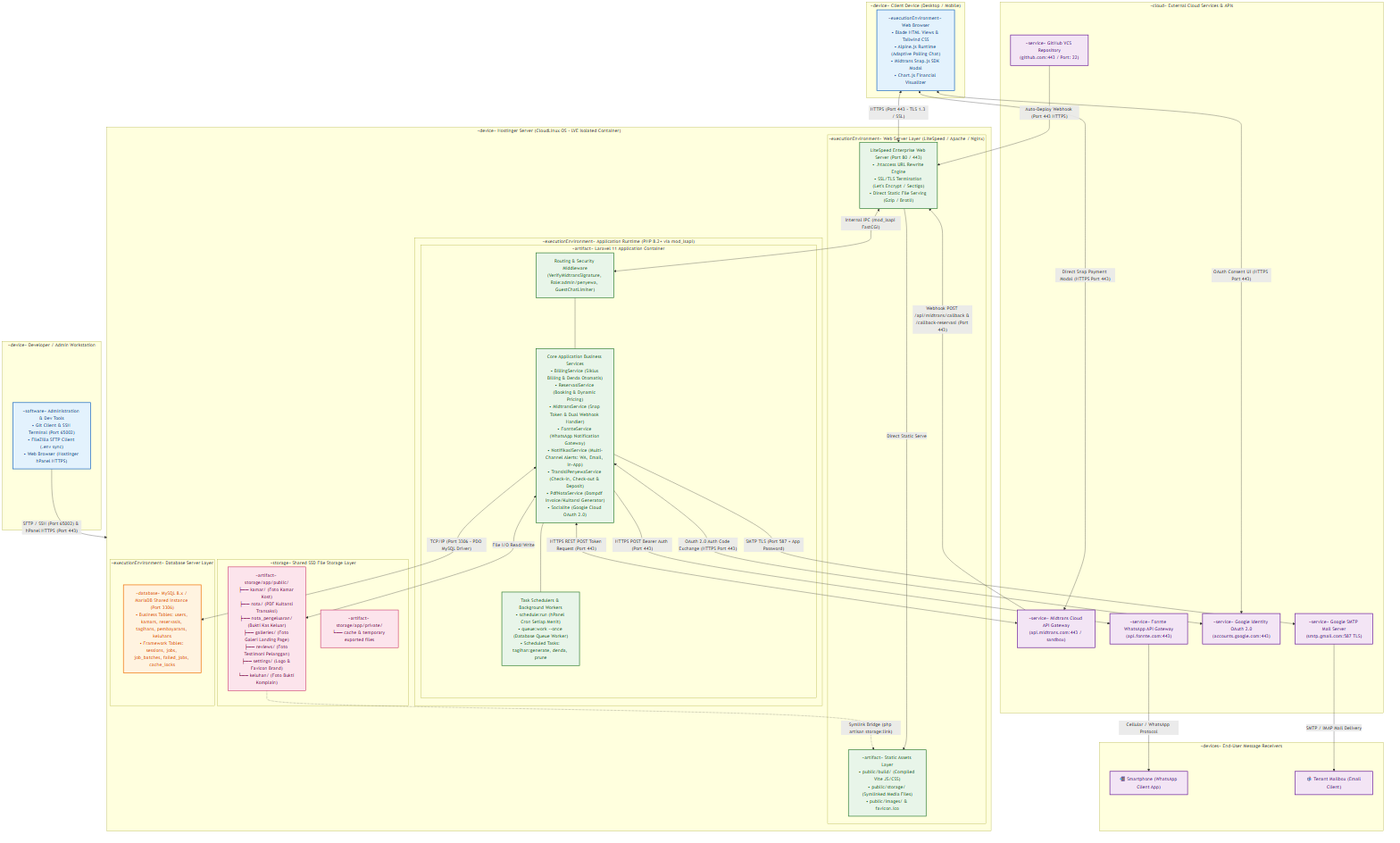
Earlier version of the Mermaid export Blueprint/deployment/deployment_diagram_kost.png (rafifarsyapradiva/asri-boarding-house). Its source is kept beside it as Blueprint/deployment/deployment_diagram_kost.mmd. The source it was exported from:
```mermaid
flowchart TB
    subgraph ClientDevice["«device» Client Device (Desktop / Mobile)"]
        BrowserApp["«executionEnvironment» Web Browser<br/>• Blade HTML Views & Tailwind CSS<br/>• Alpine.js Runtime (Adaptive Polling Chat)<br/>• Midtrans Snap.js SDK Modal<br/>• Chart.js Financial Visualizer"]
    end

    subgraph DevDevice["«device» Developer / Admin Workstation"]
        DevTools["«software» Administration & Dev Tools<br/>• Git Client & SSH Terminal (Port 65002)<br/>• FileZilla SFTP Client (.env sync)<br/>• Web Browser (Hostinger hPanel HTTPS)"]
    end

    subgraph HostingerNode["«device» Hostinger Server (CloudLinux OS - LVE Isolated Container)"]

        subgraph WebServerEnv["«executionEnvironment» Web Server Layer (LiteSpeed / Apache / Nginx)"]
            LiteSpeedEngine["LiteSpeed Enterprise Web Server (Port 80 / 443)<br/>• .htaccess URL Rewrite Engine<br/>• SSL/TLS Termination (Let's Encrypt / Sectigo)<br/>• Direct Static File Serving (Gzip / Brotli)"]
            StaticAssets["«artifact» Static Assets Layer<br/>• public/build/ (Compiled Vite JS/CSS)<br/>• public/storage/ (Symlinked Media Files)<br/>• public/images/ & favicon.ico"]
        end

        subgraph PHPEnv["«executionEnvironment» Application Runtime (PHP 8.2+ via mod_lsapi)"]
            subgraph LaravelApp["«artifact» Laravel 11 Application Container"]
                RoutingCore["Routing & Security Middleware<br/>(VerifyMidtransSignature, Role:admin/penyewa, GuestChatLimiter)"]

                ServicesLayer["Core Application Business Services<br/>• BillingService (Siklus Billing & Denda Otomatis)<br/>• ReservasiService (Booking & Dynamic Pricing)<br/>• MidtransService (Snap Token & Dual Webhook Handler)<br/>• FonnteService (WhatsApp Notification Gateway)<br/>• NotifikasiService (Multi-Channel Alerts: WA, Email, In-App)<br/>• TransisiPenyewaService (Check-in, Check-out & Deposit)<br/>• PdfNotaService (Dompdf Invoice/Kuitansi Generator)<br/>• Socialite (Google Cloud OAuth 2.0)"]

                SchedulerWorker["Task Schedulers & Background Workers<br/>• schedule:run (hPanel Cron Setiap Menit)<br/>• queue:work --once (Database Queue Worker)<br/>• Scheduled Tasks: tagihan:generate, denda, prune"]
            end
        end

        subgraph StorageEnv["«storage» Shared SSD File Storage Layer"]
            PublicDisk["«artifact» storage/app/public/<br/>├── kamar/ (Foto Kamar Kost)<br/>├── nota/ (PDF Kuitansi Transaksi)<br/>├── nota_pengeluaran/ (Bukti Kas Keluar)<br/>├── galleries/ (Foto Galeri Landing Page)<br/>├── reviews/ (Foto Testimoni Pelanggan)<br/>├── settings/ (Logo & Favicon Brand)<br/>└── keluhan/ (Foto Bukti Komplain)"]
            PrivateDisk["«artifact» storage/app/private/<br/>└── cache & temporary exported files"]
        end

        subgraph DBEnv["«executionEnvironment» Database Server Layer"]
            MySQLServer["«database» MySQL 8.x / MariaDB Shared Instance (Port 3306)<br/>• Business Tables: users, kamars, reservasis, tagihans, pembayarans, keluhans<br/>• Framework Tables: sessions, jobs, job_batches, failed_jobs, cache_locks"]
        end
    end

    subgraph ExternalServices["«cloud» External Cloud Services & APIs"]
        MidtransAPI["«service» Midtrans Cloud API Gateway<br/>(api.midtrans.com:443 / sandbox)"]
        FonnteAPI["«service» Fonnte WhatsApp API Gateway<br/>(api.fonnte.com:443)"]
        GoogleOAuthAPI["«service» Google Identity OAuth 2.0<br/>(accounts.google.com:443)"]
        GoogleSMTPAPI["«service» Google SMTP Mail Server<br/>(smtp.gmail.com:587 TLS)"]
        GitHubVCS["«service» GitHub VCS Repository<br/>(github.com:443 / Port: 22)"]
    end

    subgraph EndUserRecipients["«devices» End-User Message Receivers"]
        UserPhone["📲 Smartphone (WhatsApp Client App)"]
        UserMail["📬 Tenant Mailbox (Email Client)"]
    end

    BrowserApp <-->|"HTTPS (Port 443 - TLS 1.3 / SSL)"| LiteSpeedEngine
    LiteSpeedEngine -->|"Direct Static Serve"| StaticAssets
    LiteSpeedEngine <-->|"Internal IPC (mod_lsapi FastCGI)"| RoutingCore

    RoutingCore --- ServicesLayer
    ServicesLayer --- SchedulerWorker

    ServicesLayer <-->|"TCP/IP (Port 3306 - PDO MySQL Driver)"| MySQLServer
    ServicesLayer <-->|"File I/O Read/Write"| PublicDisk
    PublicDisk -.->|"Symlink Bridge (php artisan storage:link)"| StaticAssets

    DevTools -->|"SFTP / SSH (Port 65002) & hPanel HTTPS (Port 443)"| HostingerNode
    GitHubVCS -->|"Auto-Deploy Webhook (Port 443 HTTPS)"| LiteSpeedEngine

    ServicesLayer <-->|"HTTPS REST POST Token Request (Port 443)"| MidtransAPI
    MidtransAPI -->|"Webhook POST /api/midtrans/callback & /callback-reservasi (Port 443)"| LiteSpeedEngine
    BrowserApp <-->|"Direct Snap Payment Modal (HTTPS Port 443)"| MidtransAPI

    ServicesLayer -->|"HTTPS POST Bearer Auth (Port 443)"| FonnteAPI
    FonnteAPI -->|"Cellular / WhatsApp Protocol"| UserPhone

    ServicesLayer <-->|"OAuth 2.0 Auth Code Exchange (HTTPS Port 443)"| GoogleOAuthAPI
    BrowserApp <-->|"OAuth Consent UI (HTTPS Port 443)"| GoogleOAuthAPI

    ServicesLayer -->|"SMTP TLS (Port 587 + App Password)"| GoogleSMTPAPI
    GoogleSMTPAPI -->|"SMTP / IMAP Mail Delivery"| UserMail

    classDef client fill:#E3F2FD,stroke:#1565C0,stroke-width:2px,color:#0D47A1;
    classDef server fill:#E8F5E9,stroke:#2E7D32,stroke-width:2px,color:#1B5E20;
    classDef db fill:#FFF3E0,stroke:#EF6C00,stroke-width:2px,color:#E65100;
    classDef ext fill:#F3E5F5,stroke:#6A1B9A,stroke-width:2px,color:#4A148C;
    classDef storage fill:#FCE4EC,stroke:#C2185B,stroke-width:1.5px,color:#880E4F;

    class BrowserApp,DevTools client;
    class LiteSpeedEngine,StaticAssets,RoutingCore,ServicesLayer,SchedulerWorker server;
    class MySQLServer db;
    class MidtransAPI,FonnteAPI,GoogleOAuthAPI,GoogleSMTPAPI,GitHubVCS,UserPhone,UserMail ext;
    class PublicDisk,PrivateDisk storage;
```
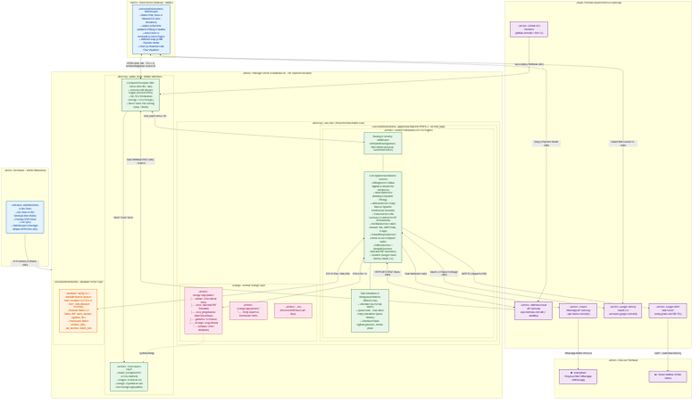
After the commit.

Change to the diagram source:
```diff
@@ -1,77 +1,85 @@
 flowchart TB
     subgraph ClientDevice["«device» Client Device (Desktop / Mobile)"]
-        BrowserApp["«executionEnvironment» Web Browser<br/>• Blade HTML Views & Tailwind CSS<br/>• Alpine.js Runtime (Adaptive Polling Chat)<br/>• Midtrans Snap.js SDK Modal<br/>• Chart.js Financial Visualizer"]
+        BrowserApp["«executionEnvironment» Web Browser<br/>• Blade HTML Views & Tailwind CSS (Neo-Brutalism)<br/>• Alpine.js Runtime (Adaptive Polling & Modals)<br/>• Axios Client & html2pdf.js Client Engine<br/>• Midtrans Snap.js SDK Payment Modal<br/>• Chart.js Financial Cash-Flow Visualizer"]
     end
 
     subgraph DevDevice["«device» Developer / Admin Workstation"]
-        DevTools["«software» Administration & Dev Tools<br/>• Git Client & SSH Terminal (Port 65002)<br/>• FileZilla SFTP Client (.env sync)<br/>• Web Browser (Hostinger hPanel HTTPS)"]
+        DevTools["«software» Administration & Dev Tools<br/>• Git Client & SSH Terminal (Port 65002)<br/>• FileZilla SFTP Client (.env sync)<br/>• Web Browser (Hostinger hPanel HTTPS Port 443)"]
     end
 
     subgraph HostingerNode["«device» Hostinger Server (CloudLinux OS - LVE Isolated Container)"]
+        direction TB
 
-        subgraph WebServerEnv["«executionEnvironment» Web Server Layer (LiteSpeed / Apache / Nginx)"]
-            LiteSpeedEngine["LiteSpeed Enterprise Web Server (Port 80 / 443)<br/>• .htaccess URL Rewrite Engine<br/>• SSL/TLS Termination (Let's Encrypt / Sectigo)<br/>• Direct Static File Serving (Gzip / Brotli)"]
-            StaticAssets["«artifact» Static Assets Layer<br/>• public/build/ (Compiled Vite JS/CSS)<br/>• public/storage/ (Symlinked Media Files)<br/>• public/images/ & favicon.ico"]
+        subgraph PublicHtmlDir["«directory» public_html/ (Public Web Root)"]
+            LiteSpeedEngine["LiteSpeed Enterprise Web Server (Port 80 / 443)<br/>• .htaccess URL Rewrite Engine (Forced HTTPS)<br/>• SSL/TLS Termination (Sectigo / Let's Encrypt)<br/>• Direct Static File Serving (Gzip / Brotli)"]
+            StaticAssets["«artifact» Static Assets Layer<br/>• build/ (Compiled Vite JS/CSS minified)<br/>• images/ & favicon.ico<br/>• storage/ (Symlink ke asri-core/storage/app/public)"]
         end
 
-        subgraph PHPEnv["«executionEnvironment» Application Runtime (PHP 8.2+ via mod_lsapi)"]
-            subgraph LaravelApp["«artifact» Laravel 11 Application Container"]
-                RoutingCore["Routing & Security Middleware<br/>(VerifyMidtransSignature, Role:admin/penyewa, GuestChatLimiter)"]
+        subgraph CoreDir["«directory» asri-core/ (Protected Non-Public Core)"]
+            direction TB
+            subgraph PHPEnv["«executionEnvironment» Application Runtime (PHP 8.2+ via mod_lsapi)"]
+                subgraph LaravelApp["«artifact» Laravel Framework (v11/v12 Engine)"]
+                    RoutingCore["Routing & Security Middleware<br/>(VerifyMidtransSignature, Role:admin/penyewa, GuestChatLimiter)"]
 
-                ServicesLayer["Core Application Business Services<br/>• BillingService (Siklus Billing & Denda Otomatis)<br/>• ReservasiService (Booking & Dynamic Pricing)<br/>• MidtransService (Snap Token & Dual Webhook Handler)<br/>• FonnteService (WhatsApp Notification Gateway)<br/>• NotifikasiService (Multi-Channel Alerts: WA, Email, In-App)<br/>• TransisiPenyewaService (Check-in, Check-out & Deposit)<br/>• PdfNotaService (Dompdf Invoice/Kuitansi Generator)<br/>• Socialite (Google Cloud OAuth 2.0)"]
+                    ServicesLayer["Core Application Business Services<br/>• BillingService (Siklus Tagihan & Denda Flat Idempoten)<br/>• ReservasiService (Booking & Dynamic Pricing)<br/>• MidtransService (Snap Token & Dynamic Notification Override)<br/>• FonnteService (WA Gateway & Sanitasi No HP Internasional)<br/>• NotifikasiService (Multi-Channel: WA, SMTP Email, In-App)<br/>• TransisiPenyewaService (Check-in/out & Deposit Audit)<br/>• PdfNotaService / DompdfGenerator (Kuitansi PDF Generator)<br/>• Socialite (Google Cloud Identity OAuth 2.0)"]
 
-                SchedulerWorker["Task Schedulers & Background Workers<br/>• schedule:run (hPanel Cron Setiap Menit)<br/>• queue:work --once (Database Queue Worker)<br/>• Scheduled Tasks: tagihan:generate, denda, prune"]
+                    SchedulerWorker["Task Schedulers & Background Workers (hPanel Cron)<br/>• schedule:run (Setiap Menit)<br/>• queue:work --stop-when-empty (Database Queue Worker)<br/>• Scheduled Tasks: tagihan:generate, denda, prune"]
+                end
+            end
+
+            subgraph StorageEnv["«storage» Internal Storage Layer"]
+                direction LR
+                PublicDisk["«artifact» storage/app/public/<br/>├── kamar/ (Foto Kamar Kost)<br/>├── nota/ (Kuitansi PDF Transaksi)<br/>├── nota_pengeluaran/ (Bukti Kas Keluar)<br/>├── galleries/ & reviews/<br/>├── settings/ (Logo Brand)<br/>└── keluhan/ (Foto Komplain)"]
+                PrivateDisk["«artifact» storage/app/private/<br/>└── Temp exports & framework cache"]
+                EnvFile["«artifact» .env<br/>(Protected DB Pass & API Keys)"]
             end
         end
 
-        subgraph StorageEnv["«storage» Shared SSD File Storage Layer"]
-            PublicDisk["«artifact» storage/app/public/<br/>├── kamar/ (Foto Kamar Kost)<br/>├── nota/ (PDF Kuitansi Transaksi)<br/>├── nota_pengeluaran/ (Bukti Kas Keluar)<br/>├── galleries/ (Foto Galeri Landing Page)<br/>├── reviews/ (Foto Testimoni Pelanggan)<br/>├── settings/ (Logo & Favicon Brand)<br/>└── keluhan/ (Foto Bukti Komplain)"]
-            PrivateDisk["«artifact» storage/app/private/<br/>└── cache & temporary exported files"]
-        end
-
         subgraph DBEnv["«executionEnvironment» Database Server Layer"]
-            MySQLServer["«database» MySQL 8.x / MariaDB Shared Instance (Port 3306)<br/>• Business Tables: users, kamars, reservasis, tagihans, pembayarans, keluhans<br/>• Framework Tables: sessions, jobs, job_batches, failed_jobs, cache_locks"]
+            MySQLServer["«database» MySQL 8.x / MariaDB Shared Instance<br/>Host: localhost (127.0.0.1) | Port: 3306 (Blocked External)<br/>• Business Tables (22 Tables 3NF: users, kamars, tagihans, dll.)<br/>• Framework Tables: sessions, jobs, job_batches, failed_jobs"]
         end
     end
 
-    subgraph ExternalServices["«cloud» External Cloud Services & APIs"]
+    subgraph ExternalServices["«cloud» External Cloud Services & Gateways"]
+        direction TB
         MidtransAPI["«service» Midtrans Cloud API Gateway<br/>(api.midtrans.com:443 / sandbox)"]
         FonnteAPI["«service» Fonnte WhatsApp API Gateway<br/>(api.fonnte.com:443)"]
         GoogleOAuthAPI["«service» Google Identity OAuth 2.0<br/>(accounts.google.com:443)"]
         GoogleSMTPAPI["«service» Google SMTP Mail Server<br/>(smtp.gmail.com:587 TLS)"]
-        GitHubVCS["«service» GitHub VCS Repository<br/>(github.com:443 / Port: 22)"]
+        GitHubVCS["«service» GitHub VCS Platform<br/>(github.com:443 / Port 22)"]
     end
 
-    subgraph EndUserRecipients["«devices» End-User Message Receivers"]
-        UserPhone["📲 Smartphone (WhatsApp Client App)"]
-        UserMail["📬 Tenant Mailbox (Email Client)"]
+    subgraph EndUserRecipients["«device» End-User Terminals"]
+        direction LR
+        UserPhone["📲 Smartphone Penyewa/Wali (WhatsApp Official App)"]
+        UserMail["📬 Tenant Mailbox (Email Inbox)"]
     end
 
-    BrowserApp <-->|"HTTPS (Port 443 - TLS 1.3 / SSL)"| LiteSpeedEngine
+    BrowserApp <-->|"HTTPS (Port 443 - TLS 1.3)<br/>asriboardinghouse.weatso.id"| LiteSpeedEngine
     LiteSpeedEngine -->|"Direct Static Serve"| StaticAssets
-    LiteSpeedEngine <-->|"Internal IPC (mod_lsapi FastCGI)"| RoutingCore
+    LiteSpeedEngine <-->|"mod_lsapi FastCGI IPC"| RoutingCore
 
     RoutingCore --- ServicesLayer
     ServicesLayer --- SchedulerWorker
 
-    ServicesLayer <-->|"TCP/IP (Port 3306 - PDO MySQL Driver)"| MySQLServer
-    ServicesLayer <-->|"File I/O Read/Write"| PublicDisk
-    PublicDisk -.->|"Symlink Bridge (php artisan storage:link)"| StaticAssets
+    ServicesLayer <-->|"TCP/IP (Port 3306) PDO"| MySQLServer
+    ServicesLayer <-->|"POSIX File I/O"| PublicDisk
+    PublicDisk -.->|"Symlink Bridge"| StaticAssets
 
-    DevTools -->|"SFTP / SSH (Port 65002) & hPanel HTTPS (Port 443)"| HostingerNode
-    GitHubVCS -->|"Auto-Deploy Webhook (Port 443 HTTPS)"| LiteSpeedEngine
+    DevTools -->|"SFTP (65002) & hPanel (443)"| HostingerNode
+    GitHubVCS -->|"Auto-Deploy Webhook (443)"| LiteSpeedEngine
 
-    ServicesLayer <-->|"HTTPS REST POST Token Request (Port 443)"| MidtransAPI
-    MidtransAPI -->|"Webhook POST /api/midtrans/callback & /callback-reservasi (Port 443)"| LiteSpeedEngine
-    BrowserApp <-->|"Direct Snap Payment Modal (HTTPS Port 443)"| MidtransAPI
+    ServicesLayer <-->|"HTTPS REST POST Token (443)"| MidtransAPI
+    MidtransAPI -->|"Dual Webhook POST (443) + SHA512"| LiteSpeedEngine
+    BrowserApp <-->|"Snap.js Payment Modal (443)"| MidtransAPI
 
-    ServicesLayer -->|"HTTPS POST Bearer Auth (Port 443)"| FonnteAPI
-    FonnteAPI -->|"Cellular / WhatsApp Protocol"| UserPhone
+    ServicesLayer -->|"Push WA Bearer (443)"| FonnteAPI
+    FonnteAPI -->|"WhatsApp Mobile Protocol"| UserPhone
 
-    ServicesLayer <-->|"OAuth 2.0 Auth Code Exchange (HTTPS Port 443)"| GoogleOAuthAPI
-    BrowserApp <-->|"OAuth Consent UI (HTTPS Port 443)"| GoogleOAuthAPI
+    ServicesLayer <-->|"OAuth 2.0 Token Exchange (443)"| GoogleOAuthAPI
+    BrowserApp <-->|"OAuth Web Consent UI (443)"| GoogleOAuthAPI
 
-    ServicesLayer -->|"SMTP TLS (Port 587 + App Password)"| GoogleSMTPAPI
+    ServicesLayer -->|"SMTP TLS Dispatch (587)"| GoogleSMTPAPI
     GoogleSMTPAPI -->|"SMTP / IMAP Mail Delivery"| UserMail
 
     classDef client fill:#E3F2FD,stroke:#1565C0,stroke-width:2px,color:#0D47A1;
@@ -84,4 +92,4 @@
     class LiteSpeedEngine,StaticAssets,RoutingCore,ServicesLayer,SchedulerWorker server;
     class MySQLServer db;
     class MidtransAPI,FonnteAPI,GoogleOAuthAPI,GoogleSMTPAPI,GitHubVCS,UserPhone,UserMail ext;
-    class PublicDisk,PrivateDisk storage;
+    class PublicDisk,PrivateDisk,EnvFile storage;
```
